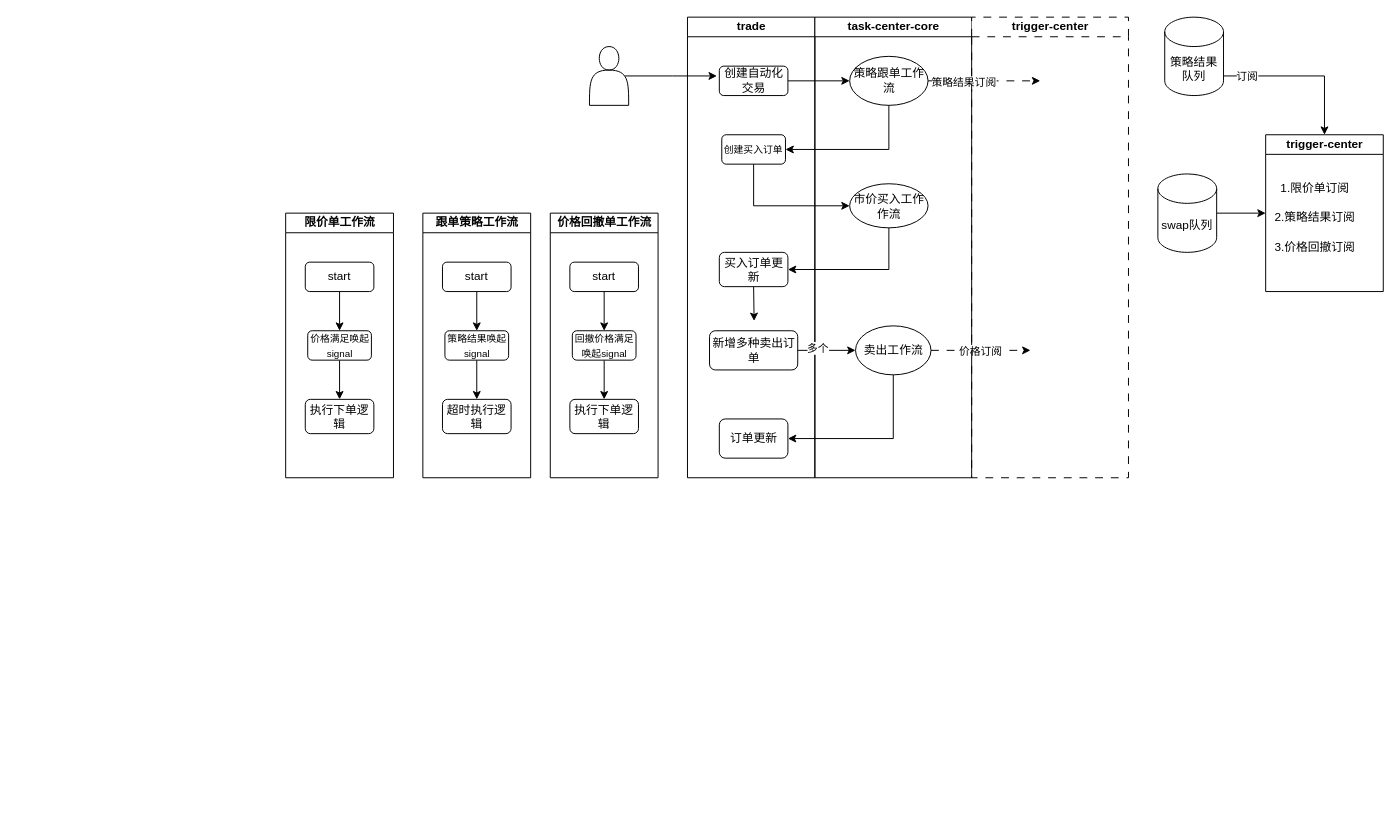
ZiHengLee/drawio keeps this draw.io diagram as 策略买入工作流.drawio. Above is the earlier version. Source tidied: cells renumbered, new cells numbered last; positions are measured from the earlier drawing's top-left corner, leaving out a move shared by most shapes. Both pictures are drawn from the tidied source at 98%, with x=0, y=0 at pixel (285, 17).
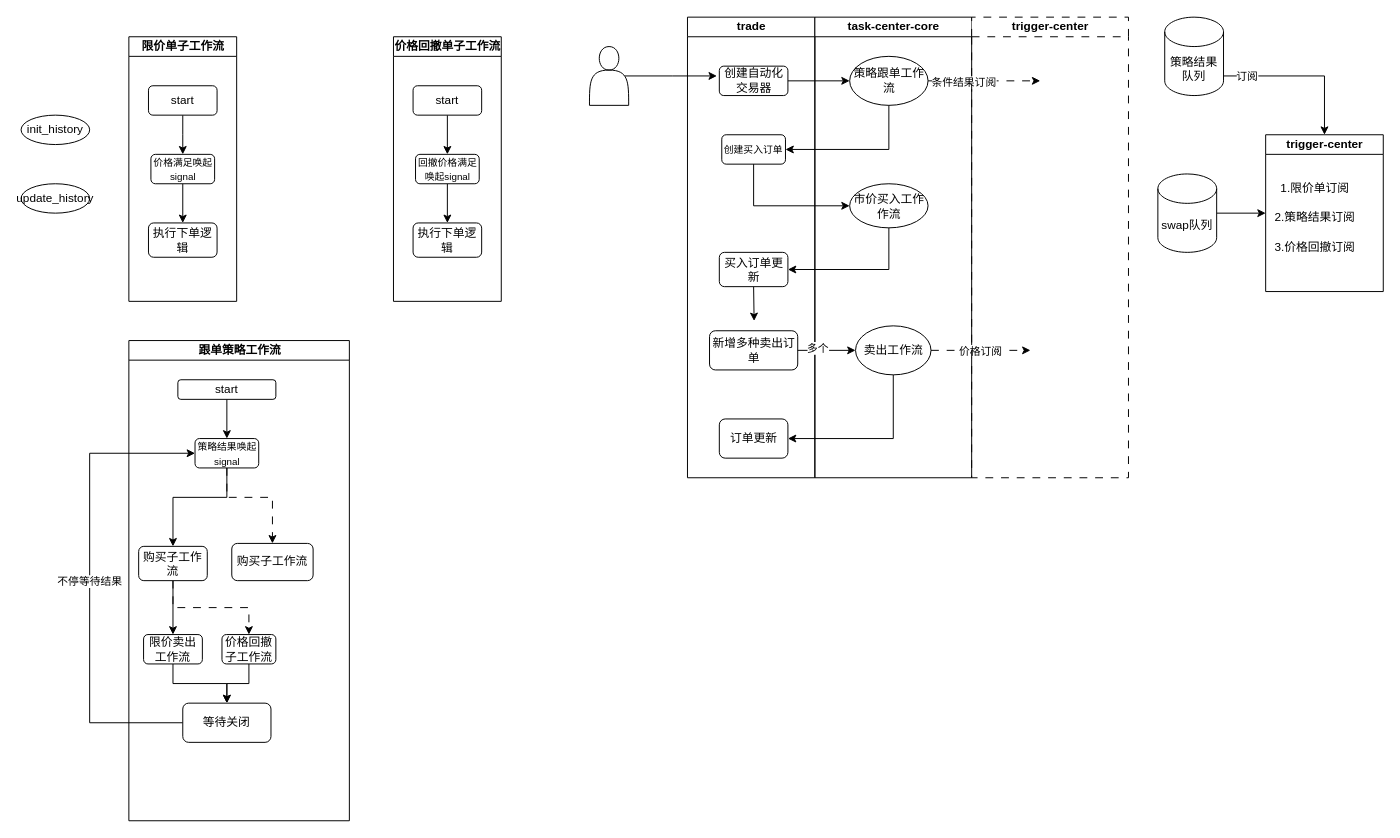
The same diagram, later.

Commit message:
更新策略买入工作流.drawio

The change refers to these unchanged cells:
```xml
<mxCell id="7" value="trade" style="swimlane;startSize=20;html=1;" parent="1" vertex="1">
  <mxGeometry x="410" width="130" height="470" as="geometry" />
</mxCell>
<mxCell id="15" style="edgeStyle=orthogonalEdgeStyle;rounded=0;jettySize=auto;html=1;exitX=1;exitY=0.5;exitDx=0;exitDy=0;dashed=1;dashPattern=8 8;" parent="14" edge="1" source="17">
  <mxGeometry relative="1" as="geometry">
    <mxPoint x="230" y="65" as="targetPoint" />
  </mxGeometry>
</mxCell>
<mxCell id="31" value="start" style="rounded=1;whiteSpace=wrap;html=1;" parent="29" vertex="1">
  <mxGeometry x="20" y="50" width="70" height="30" as="geometry" />
</mxCell>
<mxCell id="33" value="&lt;span style=&quot;font-size: 10px;&quot;&gt;价格满足唤起signal&lt;/span&gt;" style="rounded=1;whiteSpace=wrap;html=1;" parent="29" vertex="1">
  <mxGeometry x="22.5" y="120" width="65" height="30" as="geometry" />
</mxCell>
```

Diff of the diagram source:
```diff
@@
-    <mxCell id="8" value="创建&lt;span style=&quot;background-color: transparent; color: light-dark(rgb(0, 0, 0), rgb(255, 255, 255));&quot;&gt;自动化交易&lt;/span&gt;" style="rounded=1;whiteSpace=wrap;html=1;" parent="7" vertex="1">
+    <mxCell id="8" value="创建&lt;span style=&quot;background-color: transparent; color: light-dark(rgb(0, 0, 0), rgb(255, 255, 255));&quot;&gt;自动化交易器&lt;/span&gt;" style="rounded=1;whiteSpace=wrap;html=1;" parent="7" vertex="1">
       <mxGeometry x="32.5" y="50" width="70" height="30" as="geometry" />
     </mxCell>
@@
-    <mxCell id="16" value="策略结果订阅" style="edgeLabel;html=1;align=center;verticalAlign=middle;" parent="15" vertex="1">
+    <mxCell id="16" value="条件结果订阅" style="edgeLabel;html=1;align=center;verticalAlign=middle;" parent="15" vertex="1">
       <mxGeometry x="-0.37" y="-1" relative="1" as="geometry" />
     </mxCell>
@@
     <mxCell id="23" value="跟单策略工作流" style="swimlane;startSize=20;html=1;" parent="1" vertex="1">
-      <mxGeometry x="140" y="200" width="110" height="270" as="geometry" />
+      <mxGeometry x="-160" y="330" width="225" height="490" as="geometry" />
     </mxCell>
@@
     <mxCell id="25" value="start" style="rounded=1;whiteSpace=wrap;html=1;" parent="23" vertex="1">
-      <mxGeometry x="20" y="50" width="70" height="30" as="geometry" />
+      <mxGeometry x="50" y="40" width="100" height="20" as="geometry" />
     </mxCell>
     <mxCell id="26" style="edgeStyle=orthogonalEdgeStyle;rounded=0;jettySize=auto;html=1;exitX=0.5;exitY=1;exitDx=0;exitDy=0;entryX=0.5;entryY=0;entryDx=0;entryDy=0;" parent="23" edge="1" source="27" target="28">
-      <mxGeometry relative="1" as="geometry" />
+      <mxGeometry relative="1" as="geometry">
+        <Array as="points">
+          <mxPoint x="100" y="160" />
+          <mxPoint x="45" y="160" />
+        </Array>
+      </mxGeometry>
     </mxCell>
+    <mxCell id="53" style="edgeStyle=orthogonalEdgeStyle;rounded=0;jettySize=auto;html=1;exitX=0.5;exitY=1;exitDx=0;exitDy=0;entryX=0.5;entryY=0;entryDx=0;entryDy=0;dashed=1;dashPattern=8 8;" parent="23" edge="1" source="27" target="56">
+      <mxGeometry relative="1" as="geometry">
+        <Array as="points">
+          <mxPoint x="100" y="160" />
+          <mxPoint x="147" y="160" />
+        </Array>
+      </mxGeometry>
+    </mxCell>
     <mxCell id="27" value="&lt;span style=&quot;font-size: 10px;&quot;&gt;策略结果唤起signal&lt;/span&gt;" style="rounded=1;whiteSpace=wrap;html=1;" parent="23" vertex="1">
-      <mxGeometry x="22.5" y="120" width="65" height="30" as="geometry" />
+      <mxGeometry x="67.5" y="100" width="65" height="30" as="geometry" />
     </mxCell>
+    <mxCell id="54" style="edgeStyle=orthogonalEdgeStyle;rounded=0;jettySize=auto;html=1;exitX=0.5;exitY=1;exitDx=0;exitDy=0;entryX=0.5;entryY=0;entryDx=0;entryDy=0;" parent="23" edge="1" source="28" target="58">
+      <mxGeometry relative="1" as="geometry" />
+    </mxCell>
+    <mxCell id="55" style="edgeStyle=orthogonalEdgeStyle;rounded=0;jettySize=auto;html=1;exitX=0.5;exitY=1;exitDx=0;exitDy=0;entryX=0.5;entryY=0;entryDx=0;entryDy=0;dashed=1;dashPattern=8 8;" parent="23" edge="1" source="28" target="60">
+      <mxGeometry relative="1" as="geometry" />
+    </mxCell>
-    <mxCell id="28" value="超时执行逻辑" style="rounded=1;whiteSpace=wrap;html=1;" parent="23" vertex="1">
-      <mxGeometry x="20" y="190" width="70" height="35" as="geometry" />
+    <mxCell id="28" value="购买子工作流" style="rounded=1;whiteSpace=wrap;html=1;" parent="23" vertex="1">
+      <mxGeometry x="10" y="210" width="70" height="35" as="geometry" />
     </mxCell>
+    <mxCell id="56" value="购买子工作流" style="rounded=1;whiteSpace=wrap;html=1;" parent="23" vertex="1">
+      <mxGeometry x="105" y="207" width="83" height="38" as="geometry" />
+    </mxCell>
+    <mxCell id="57" style="edgeStyle=orthogonalEdgeStyle;rounded=0;jettySize=auto;html=1;exitX=0.5;exitY=1;exitDx=0;exitDy=0;entryX=0.5;entryY=0;entryDx=0;entryDy=0;" parent="23" edge="1" source="58" target="62">
+      <mxGeometry relative="1" as="geometry" />
+    </mxCell>
+    <mxCell id="58" value="限价卖出工作流" style="rounded=1;whiteSpace=wrap;html=1;" parent="23" vertex="1">
+      <mxGeometry x="15" y="300" width="60" height="30" as="geometry" />
+    </mxCell>
+    <mxCell id="59" style="edgeStyle=orthogonalEdgeStyle;rounded=0;jettySize=auto;html=1;exitX=0.5;exitY=1;exitDx=0;exitDy=0;entryX=0.5;entryY=0;entryDx=0;entryDy=0;" parent="23" edge="1" source="60" target="62">
+      <mxGeometry relative="1" as="geometry" />
+    </mxCell>
+    <mxCell id="60" value="价格回撤子工作流" style="rounded=1;whiteSpace=wrap;html=1;" parent="23" vertex="1">
+      <mxGeometry x="95" y="300" width="55" height="30" as="geometry" />
+    </mxCell>
+    <mxCell id="61" value="不停等待结果" style="edgeStyle=orthogonalEdgeStyle;rounded=0;jettySize=auto;html=1;exitX=0;exitY=0.5;exitDx=0;exitDy=0;entryX=0;entryY=0.5;entryDx=0;entryDy=0;" parent="23" edge="1" source="62" target="27">
+      <mxGeometry relative="1" as="geometry">
+        <Array as="points">
+          <mxPoint x="-40" y="390" />
+          <mxPoint x="-40" y="115" />
+        </Array>
+      </mxGeometry>
+    </mxCell>
+    <mxCell id="62" value="等待关闭" style="rounded=1;whiteSpace=wrap;html=1;" parent="23" vertex="1">
+      <mxGeometry x="55" y="370" width="90" height="40" as="geometry" />
+    </mxCell>
-    <mxCell id="29" value="限价单工作流" style="swimlane;startSize=20;html=1;" parent="1" vertex="1">
-      <mxGeometry y="200" width="110" height="270" as="geometry" />
+    <mxCell id="29" value="限价单子工作流" style="swimlane;startSize=20;html=1;" parent="1" vertex="1">
+      <mxGeometry x="-160" y="20" width="110" height="270" as="geometry" />
     </mxCell>
     <mxCell id="30" style="edgeStyle=orthogonalEdgeStyle;rounded=0;jettySize=auto;html=1;exitX=0.5;exitY=1;exitDx=0;exitDy=0;entryX=0.5;entryY=0;entryDx=0;entryDy=0;" parent="29" edge="1" source="31" target="33">
-      <mxGeometry relative="1" as="geometry" />
+      <mxGeometry relative="1" as="geometry">
+        <Array as="points">
+          <mxPoint x="55" y="100" />
+          <mxPoint x="55" y="100" />
+        </Array>
+      </mxGeometry>
     </mxCell>
@@
-    <mxCell id="35" value="价格回撤单工作流" style="swimlane;startSize=20;html=1;" parent="1" vertex="1">
-      <mxGeometry x="270" y="200" width="110" height="270" as="geometry" />
+    <mxCell id="35" value="价格回撤单子工作流" style="swimlane;startSize=20;html=1;" parent="1" vertex="1">
+      <mxGeometry x="110" y="20" width="110" height="270" as="geometry" />
     </mxCell>
@@
+    <mxCell id="63" value="init_history" style="ellipse;whiteSpace=wrap;html=1;" parent="1" vertex="1">
+      <mxGeometry x="-270" y="100" width="70" height="30" as="geometry" />
+    </mxCell>
+    <mxCell id="64" value="update_history" style="ellipse;whiteSpace=wrap;html=1;" parent="1" vertex="1">
+      <mxGeometry x="-270" y="170" width="70" height="30" as="geometry" />
+    </mxCell>
```
